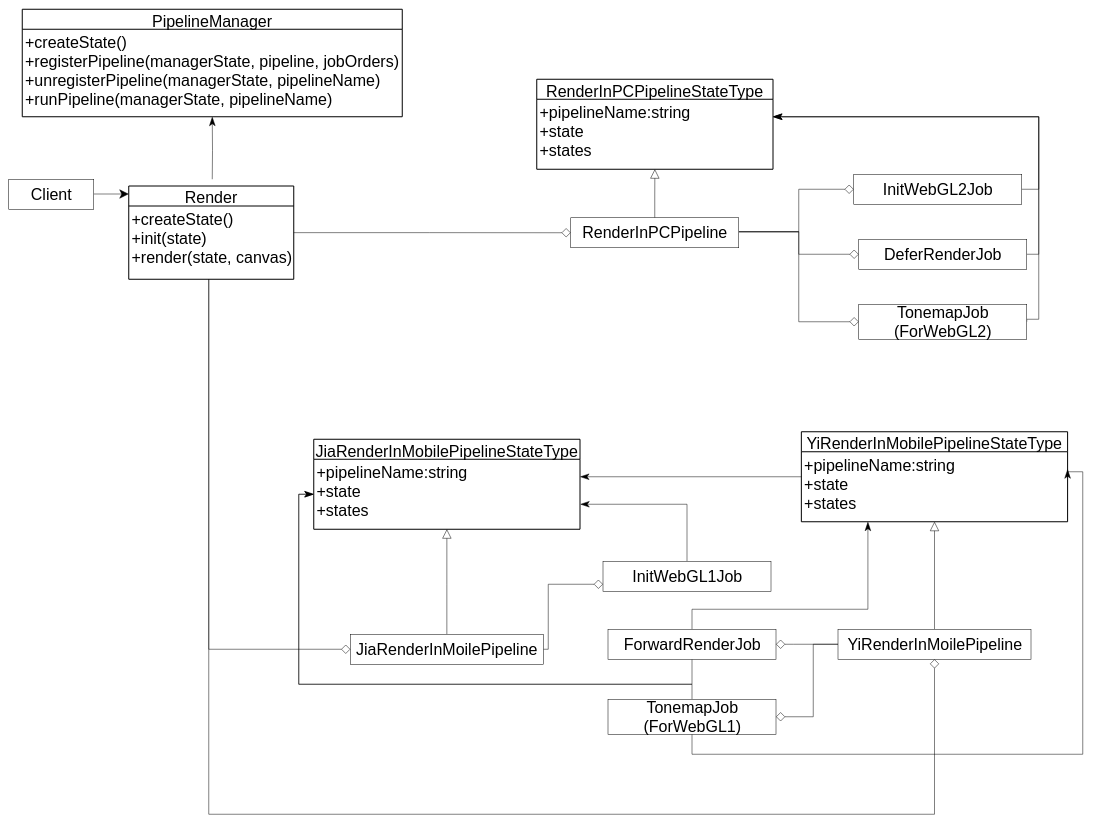
Before: packages/管道模式/story_improve/UML.drawio in yyc-git/3DProgramPattern, a draw.io diagram. Source tidied: cells renumbered, new cells numbered last; positions are measured from the earlier drawing's top-left corner, leaving out a move shared by most shapes. Both pictures are drawn from the tidied source at 50%, with x=0, y=0 at pixel (8, 9).
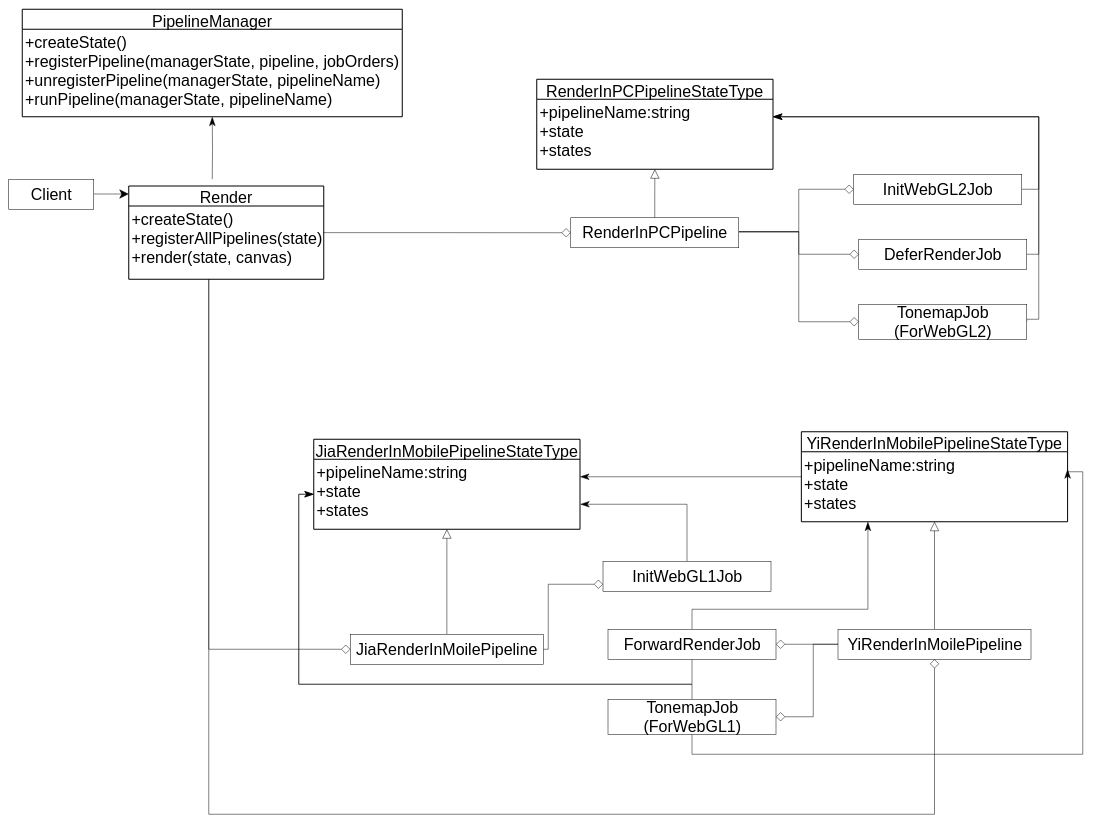
After the change.

The edit, as a diff of the source:
```diff
@@
     <mxCell id="7" value="Render" style="swimlane;horizontal=1;startSize=40;rounded=0;fontSize=32;fontStyle=0;strokeWidth=2;shadow=0;dashed=0;align=center;" parent="1" vertex="1">
-      <mxGeometry x="240" y="353.5" width="330" height="186.5" as="geometry" />
+      <mxGeometry x="240" y="353.5" width="390" height="186.5" as="geometry" />
     </mxCell>
-    <mxCell id="8" value="+createState()&#10;+init(state)&#10;+render(state, canvas)" style="align=left;strokeColor=none;fillColor=none;spacingLeft=4;fontSize=32;verticalAlign=top;" parent="7" vertex="1">
-      <mxGeometry y="40" width="330" height="146.5" as="geometry" />
+    <mxCell id="8" value="+createState()&#10;+registerAllPipelines(state)&#10;+render(state, canvas)" style="align=left;strokeColor=none;fillColor=none;spacingLeft=4;fontSize=32;verticalAlign=top;" parent="7" vertex="1">
+      <mxGeometry y="40" width="390" height="146.5" as="geometry" />
     </mxCell>
```
